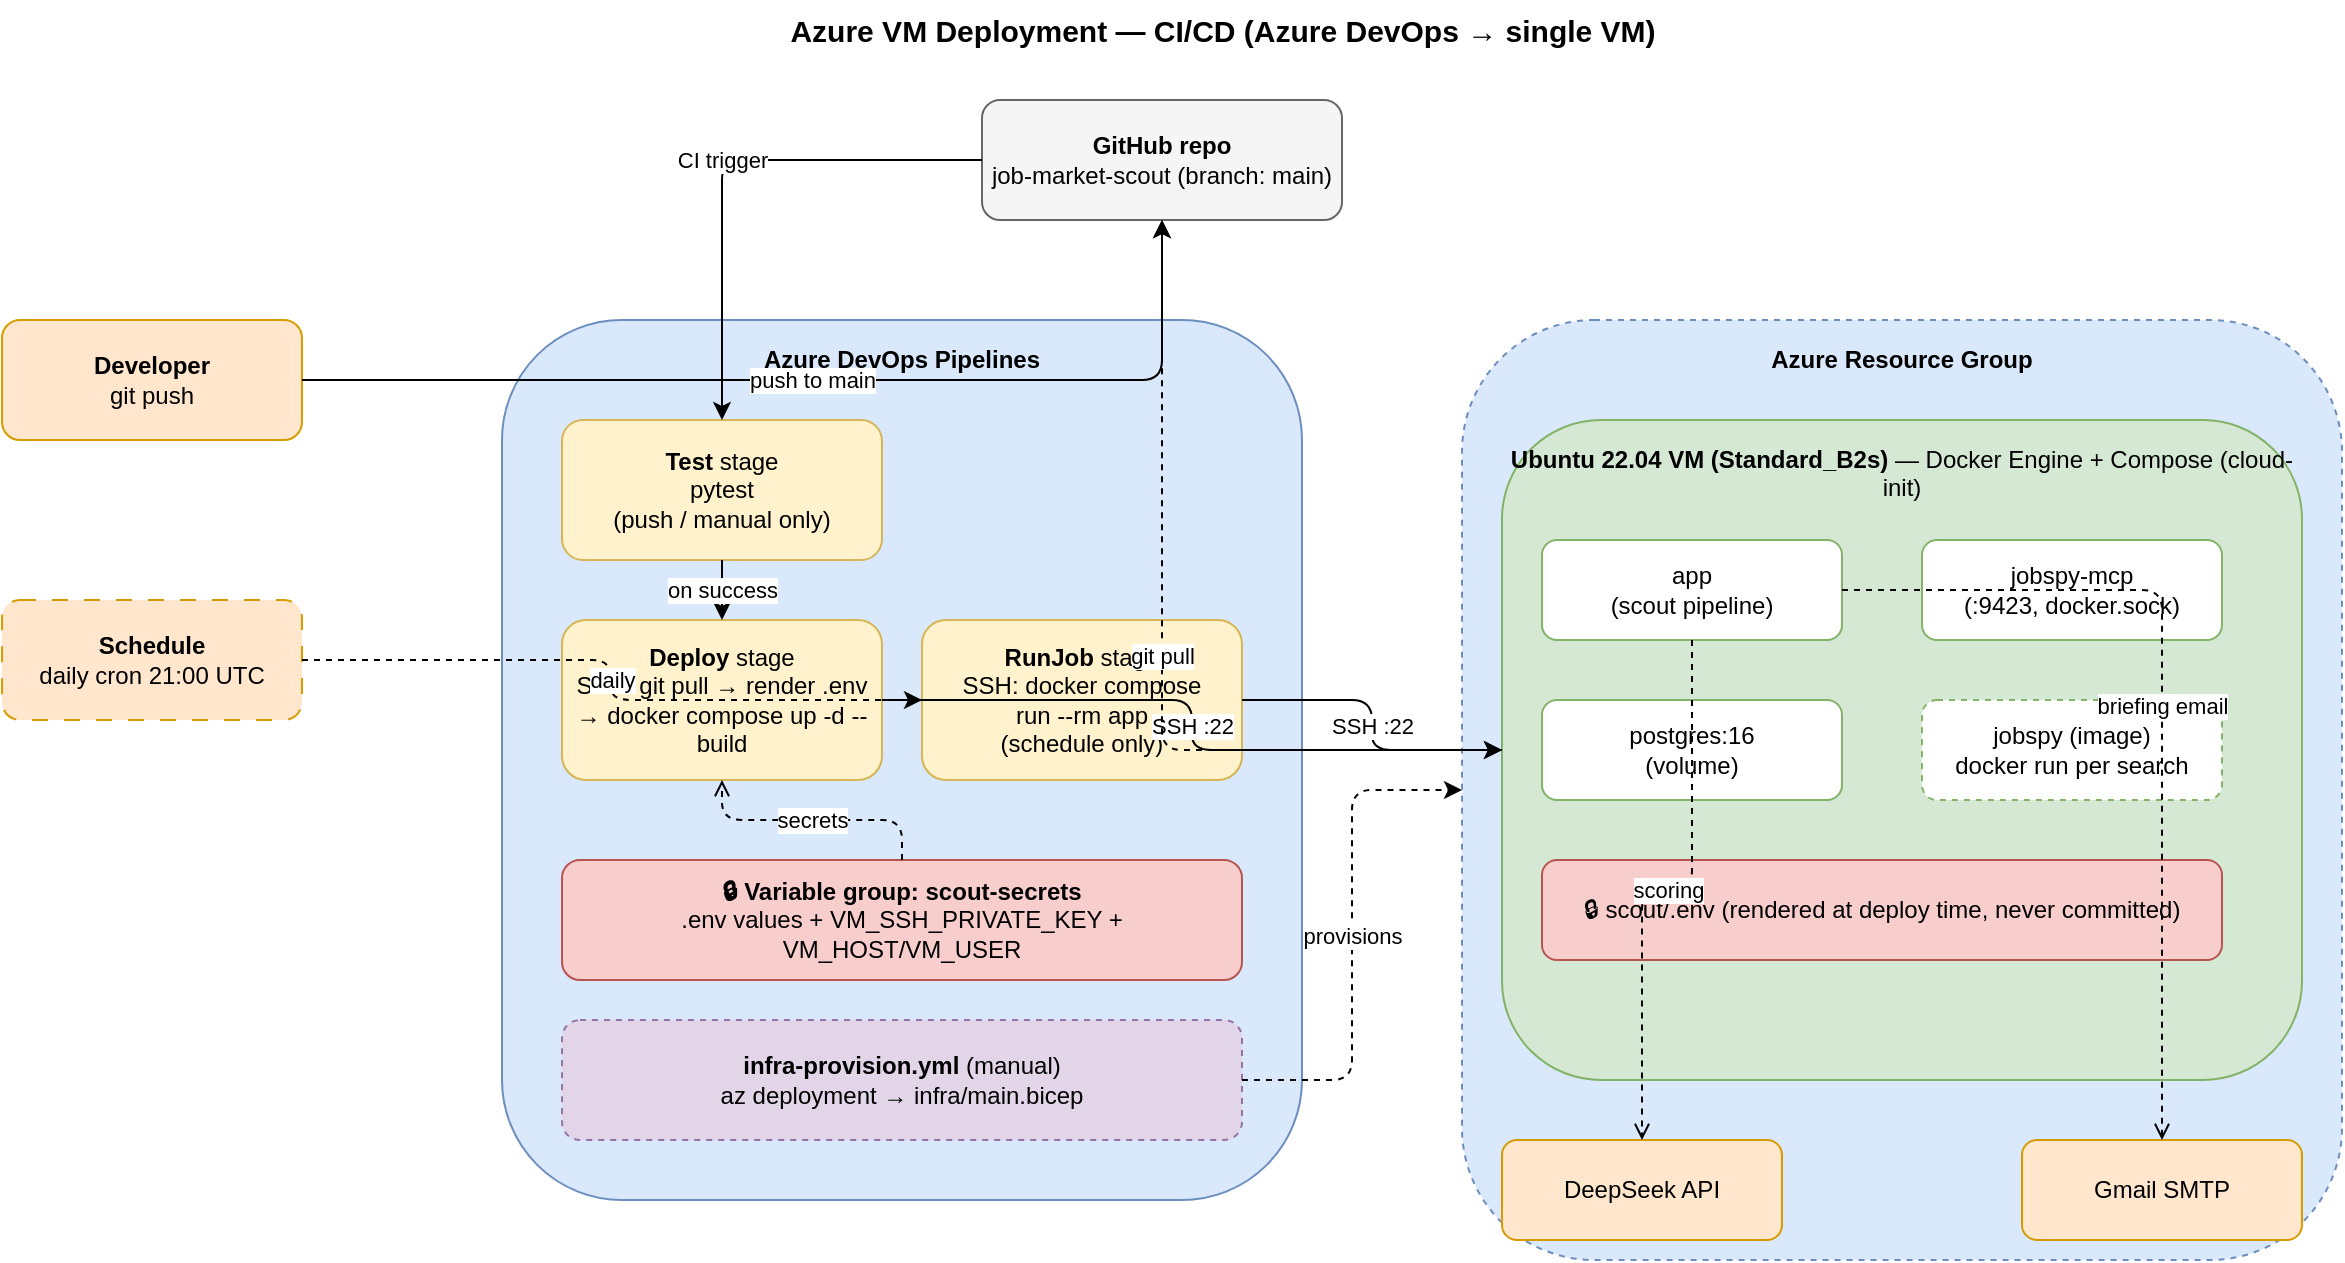
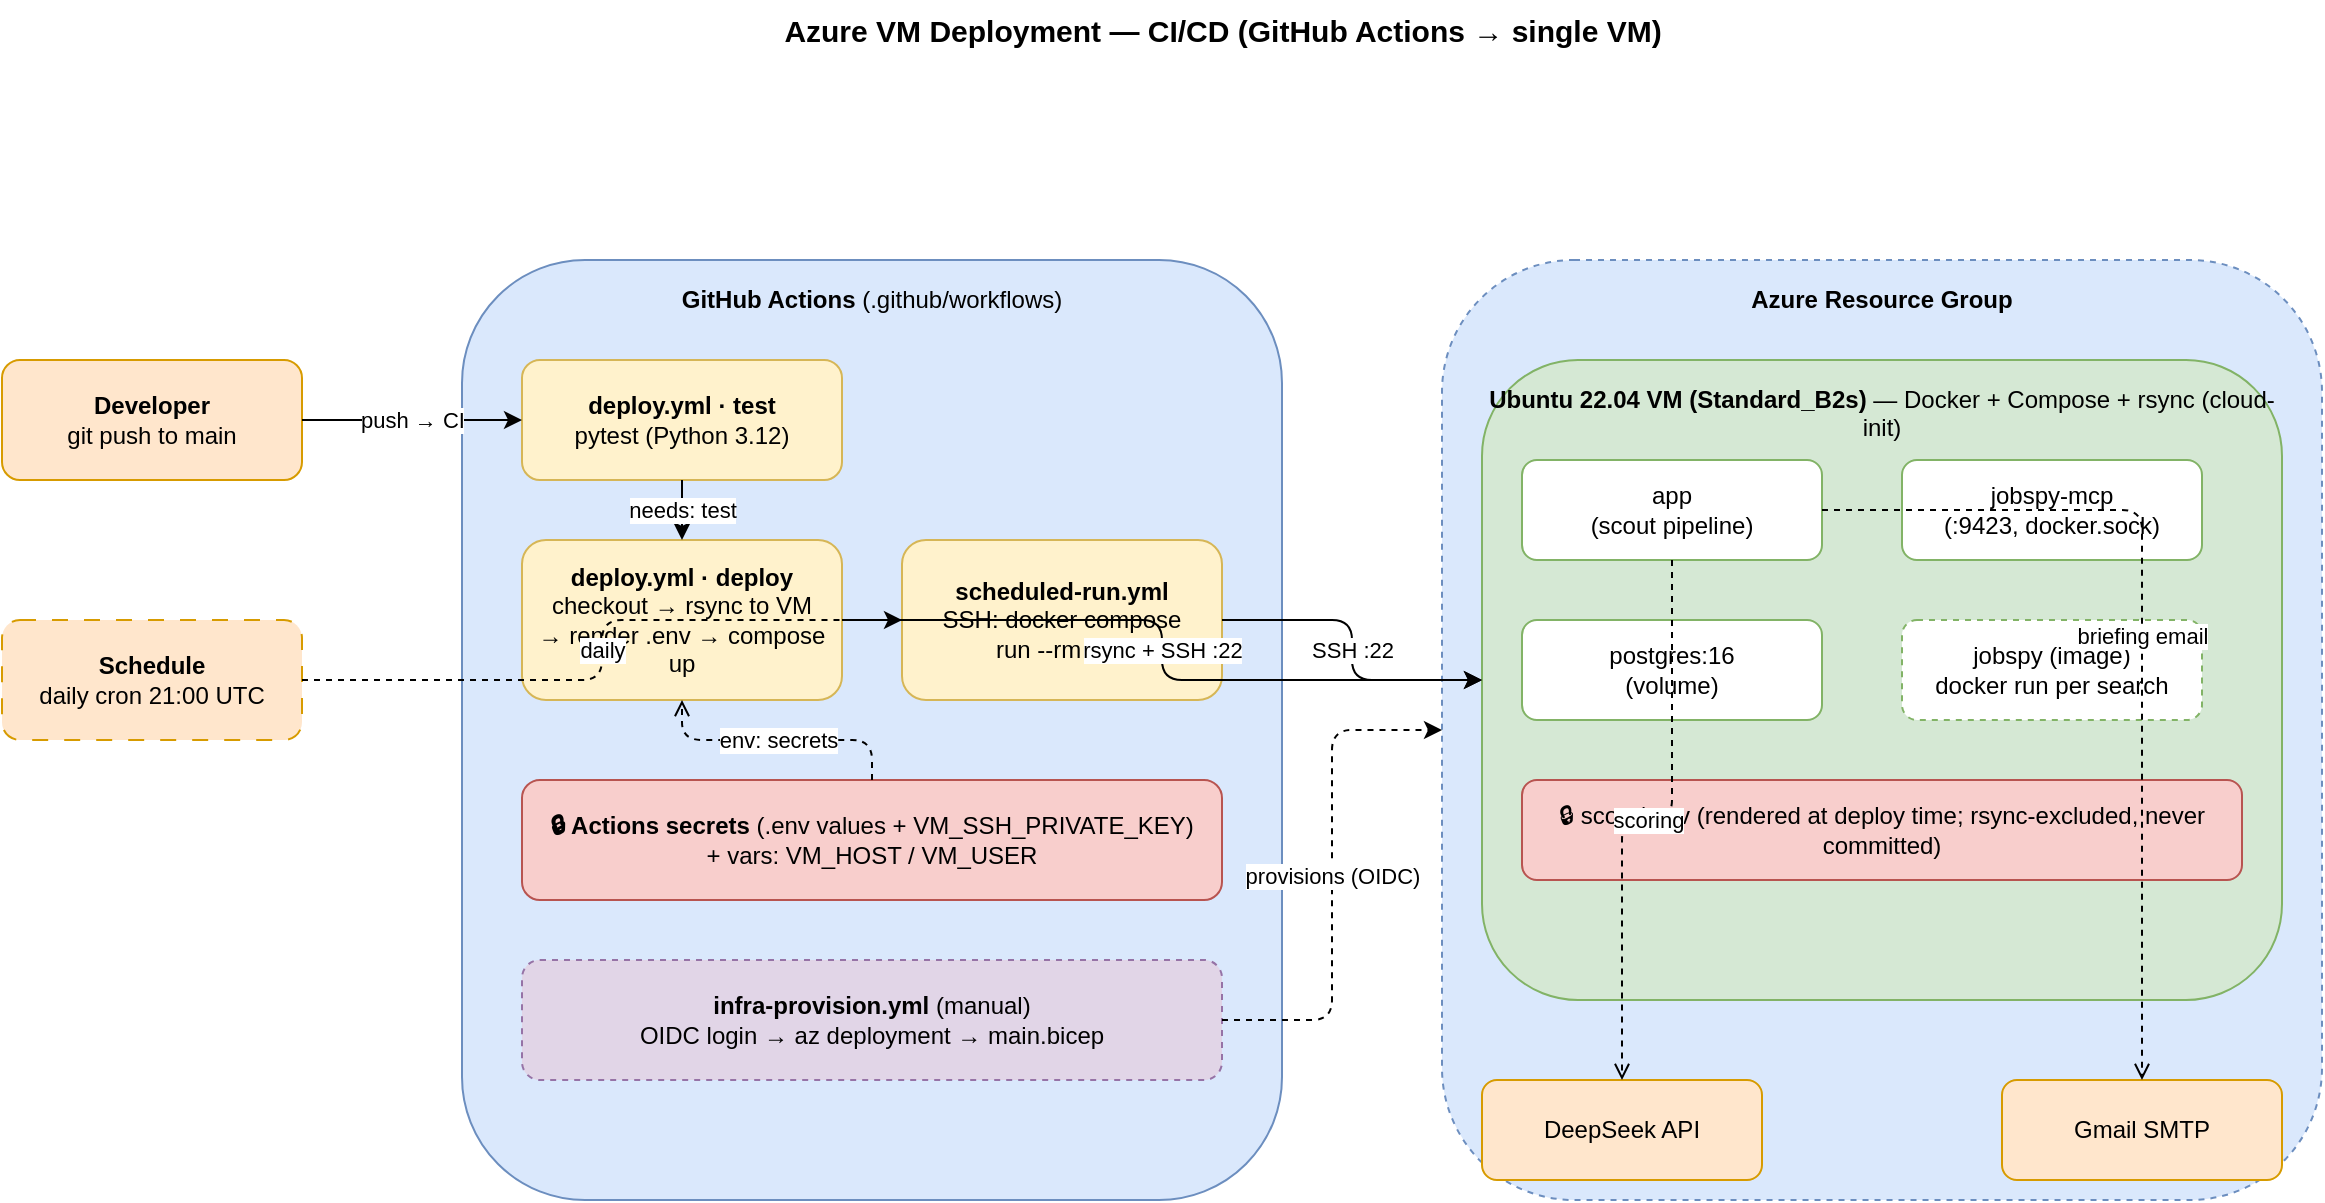
<mxfile host="app.diagrams.net" agent="job-market-scout/ak-cook" pages="2">
-   <diagram id="deploy" name="1. Azure Deployment (CI/CD)">
+   <diagram id="deploy" name="1. Deployment (GitHub Actions)">
    <mxGraphModel dx="1400" dy="900" grid="1" gridSize="10" guides="1" tooltips="1" connect="1" arrows="1" fold="1" page="1" pageScale="1" pageWidth="1300" pageHeight="900" math="0" shadow="0">
      <root>
        <mxCell id="0" />
        <mxCell id="1" parent="0" />
-         <mxCell id="d_title" parent="1" vertex="1" style="text;html=1;align=center;verticalAlign=middle;fontSize=15;fontStyle=1;" value="Azure VM Deployment — CI/CD (Azure DevOps → single VM)">
+         <mxCell id="d_title" parent="1" vertex="1" style="text;html=1;align=center;verticalAlign=middle;fontSize=15;fontStyle=1;" value="Azure VM Deployment — CI/CD (GitHub Actions → single VM)">
          <mxGeometry height="30" width="620" x="340" y="20" as="geometry" />
        </mxCell>

-         <mxCell id="d_dev" parent="1" vertex="1" style="rounded=1;whiteSpace=wrap;html=1;fillColor=#ffe6cc;strokeColor=#d79b00;" value="&lt;b&gt;Developer&lt;/b&gt;&lt;br&gt;git push">
-           <mxGeometry height="60" width="150" x="40" y="180" as="geometry" />
+         <mxCell id="d_dev" parent="1" vertex="1" style="rounded=1;whiteSpace=wrap;html=1;fillColor=#ffe6cc;strokeColor=#d79b00;" value="&lt;b&gt;Developer&lt;/b&gt;&lt;br&gt;git push to main">
+           <mxGeometry height="60" width="150" x="40" y="200" as="geometry" />
        </mxCell>
        <mxCell id="d_cron" parent="1" vertex="1" style="rounded=1;whiteSpace=wrap;html=1;dashed=1;dashPattern=8 8;fillColor=#ffe6cc;strokeColor=#d79b00;" value="&lt;b&gt;Schedule&lt;/b&gt;&lt;br&gt;daily cron 21:00 UTC">
-           <mxGeometry height="60" width="150" x="40" y="320" as="geometry" />
-         </mxCell>
-         <mxCell id="d_github" parent="1" vertex="1" style="rounded=1;whiteSpace=wrap;html=1;fillColor=#f5f5f5;strokeColor=#666666;" value="&lt;b&gt;GitHub repo&lt;/b&gt;&lt;br&gt;job-market-scout (branch: main)">
-           <mxGeometry height="60" width="180" x="530" y="70" as="geometry" />
+           <mxGeometry height="60" width="150" x="40" y="330" as="geometry" />
        </mxCell>

-         <mxCell id="d_ado" parent="1" vertex="1" style="rounded=1;whiteSpace=wrap;html=1;fillColor=#dae8fc;strokeColor=#6c8ebf;verticalAlign=top;spacingTop=6;" value="&lt;b&gt;Azure DevOps Pipelines&lt;/b&gt;">
-           <mxGeometry height="440" width="400" x="290" y="180" as="geometry" />
+         <mxCell id="d_gha" parent="1" vertex="1" style="rounded=1;whiteSpace=wrap;html=1;fillColor=#dae8fc;strokeColor=#6c8ebf;verticalAlign=top;spacingTop=6;" value="&lt;b&gt;GitHub Actions&lt;/b&gt; (.github/workflows)">
+           <mxGeometry height="470" width="410" x="270" y="150" as="geometry" />
        </mxCell>
-         <mxCell id="d_test" parent="1" vertex="1" style="rounded=1;whiteSpace=wrap;html=1;fillColor=#fff2cc;strokeColor=#d6b656;" value="&lt;b&gt;Test&lt;/b&gt; stage&lt;br&gt;pytest&lt;br&gt;(push / manual only)">
-           <mxGeometry height="70" width="160" x="320" y="230" as="geometry" />
+         <mxCell id="d_test" parent="1" vertex="1" style="rounded=1;whiteSpace=wrap;html=1;fillColor=#fff2cc;strokeColor=#d6b656;" value="&lt;b&gt;deploy.yml · test&lt;/b&gt;&lt;br&gt;pytest (Python 3.12)">
+           <mxGeometry height="60" width="160" x="300" y="200" as="geometry" />
        </mxCell>
-         <mxCell id="d_deploy" parent="1" vertex="1" style="rounded=1;whiteSpace=wrap;html=1;fillColor=#fff2cc;strokeColor=#d6b656;" value="&lt;b&gt;Deploy&lt;/b&gt; stage&lt;br&gt;SSH: git pull → render .env&lt;br&gt;→ docker compose up -d --build">
-           <mxGeometry height="80" width="160" x="320" y="330" as="geometry" />
+         <mxCell id="d_deploy" parent="1" vertex="1" style="rounded=1;whiteSpace=wrap;html=1;fillColor=#fff2cc;strokeColor=#d6b656;" value="&lt;b&gt;deploy.yml · deploy&lt;/b&gt;&lt;br&gt;checkout → rsync to VM&lt;br&gt;→ render .env → compose up">
+           <mxGeometry height="80" width="160" x="300" y="290" as="geometry" />
        </mxCell>
-         <mxCell id="d_runjob" parent="1" vertex="1" style="rounded=1;whiteSpace=wrap;html=1;fillColor=#fff2cc;strokeColor=#d6b656;" value="&lt;b&gt;RunJob&lt;/b&gt; stage&lt;br&gt;SSH: docker compose&lt;br&gt;run --rm app&lt;br&gt;(schedule only)">
-           <mxGeometry height="80" width="160" x="500" y="330" as="geometry" />
+         <mxCell id="d_runjob" parent="1" vertex="1" style="rounded=1;whiteSpace=wrap;html=1;fillColor=#fff2cc;strokeColor=#d6b656;" value="&lt;b&gt;scheduled-run.yml&lt;/b&gt;&lt;br&gt;SSH: docker compose&lt;br&gt;run --rm app">
+           <mxGeometry height="80" width="160" x="490" y="290" as="geometry" />
        </mxCell>
-         <mxCell id="d_vargroup" parent="1" vertex="1" style="rounded=1;whiteSpace=wrap;html=1;fillColor=#f8cecc;strokeColor=#b85450;" value="&lt;b&gt;🔒 Variable group: scout-secrets&lt;/b&gt;&lt;br&gt;.env values + VM_SSH_PRIVATE_KEY + VM_HOST/VM_USER">
-           <mxGeometry height="60" width="340" x="320" y="450" as="geometry" />
+         <mxCell id="d_secrets" parent="1" vertex="1" style="rounded=1;whiteSpace=wrap;html=1;fillColor=#f8cecc;strokeColor=#b85450;" value="&lt;b&gt;🔒 Actions secrets&lt;/b&gt; (.env values + VM_SSH_PRIVATE_KEY)&lt;br&gt;+ vars: VM_HOST / VM_USER">
+           <mxGeometry height="60" width="350" x="300" y="410" as="geometry" />
        </mxCell>
-         <mxCell id="d_infra" parent="1" vertex="1" style="rounded=1;whiteSpace=wrap;html=1;dashed=1;fillColor=#e1d5e7;strokeColor=#9673a6;" value="&lt;b&gt;infra-provision.yml&lt;/b&gt; (manual)&lt;br&gt;az deployment → infra/main.bicep">
-           <mxGeometry height="60" width="340" x="320" y="530" as="geometry" />
+         <mxCell id="d_infra" parent="1" vertex="1" style="rounded=1;whiteSpace=wrap;html=1;dashed=1;fillColor=#e1d5e7;strokeColor=#9673a6;" value="&lt;b&gt;infra-provision.yml&lt;/b&gt; (manual)&lt;br&gt;OIDC login → az deployment → main.bicep">
+           <mxGeometry height="60" width="350" x="300" y="500" as="geometry" />
        </mxCell>

        <mxCell id="d_rg" parent="1" vertex="1" style="rounded=1;whiteSpace=wrap;html=1;fillColor=#dae8fc;strokeColor=#6c8ebf;verticalAlign=top;spacingTop=6;dashed=1;" value="&lt;b&gt;Azure Resource Group&lt;/b&gt;">
-           <mxGeometry height="470" width="440" x="770" y="180" as="geometry" />
+           <mxGeometry height="470" width="440" x="760" y="150" as="geometry" />
        </mxCell>
-         <mxCell id="d_vm" parent="1" vertex="1" style="rounded=1;whiteSpace=wrap;html=1;fillColor=#d5e8d4;strokeColor=#82b366;verticalAlign=top;spacingTop=6;" value="&lt;b&gt;Ubuntu 22.04 VM (Standard_B2s)&lt;/b&gt; — Docker Engine + Compose (cloud-init)">
-           <mxGeometry height="330" width="400" x="790" y="230" as="geometry" />
+         <mxCell id="d_vm" parent="1" vertex="1" style="rounded=1;whiteSpace=wrap;html=1;fillColor=#d5e8d4;strokeColor=#82b366;verticalAlign=top;spacingTop=6;" value="&lt;b&gt;Ubuntu 22.04 VM (Standard_B2s)&lt;/b&gt; — Docker + Compose + rsync (cloud-init)">
+           <mxGeometry height="320" width="400" x="780" y="200" as="geometry" />
        </mxCell>
        <mxCell id="d_app" parent="1" vertex="1" style="rounded=1;whiteSpace=wrap;html=1;fillColor=#ffffff;strokeColor=#82b366;" value="app&lt;br&gt;(scout pipeline)">
-           <mxGeometry height="50" width="150" x="810" y="290" as="geometry" />
+           <mxGeometry height="50" width="150" x="800" y="250" as="geometry" />
        </mxCell>
        <mxCell id="d_mcp" parent="1" vertex="1" style="rounded=1;whiteSpace=wrap;html=1;fillColor=#ffffff;strokeColor=#82b366;" value="jobspy-mcp&lt;br&gt;(:9423, docker.sock)">
-           <mxGeometry height="50" width="150" x="1000" y="290" as="geometry" />
+           <mxGeometry height="50" width="150" x="990" y="250" as="geometry" />
        </mxCell>
        <mxCell id="d_pg" parent="1" vertex="1" style="rounded=1;whiteSpace=wrap;html=1;fillColor=#ffffff;strokeColor=#82b366;" value="postgres:16&lt;br&gt;(volume)">
-           <mxGeometry height="50" width="150" x="810" y="370" as="geometry" />
+           <mxGeometry height="50" width="150" x="800" y="330" as="geometry" />
        </mxCell>
        <mxCell id="d_scraper" parent="1" vertex="1" style="rounded=1;whiteSpace=wrap;html=1;dashed=1;fillColor=#ffffff;strokeColor=#82b366;" value="jobspy (image)&lt;br&gt;docker run per search">
-           <mxGeometry height="50" width="150" x="1000" y="370" as="geometry" />
+           <mxGeometry height="50" width="150" x="990" y="330" as="geometry" />
        </mxCell>
-         <mxCell id="d_env" parent="1" vertex="1" style="rounded=1;whiteSpace=wrap;html=1;fillColor=#f8cecc;strokeColor=#b85450;" value="🔒 scout/.env (rendered at deploy time, never committed)">
-           <mxGeometry height="50" width="340" x="810" y="450" as="geometry" />
+         <mxCell id="d_env" parent="1" vertex="1" style="rounded=1;whiteSpace=wrap;html=1;fillColor=#f8cecc;strokeColor=#b85450;" value="🔒 scout/.env (rendered at deploy time; rsync-excluded, never committed)">
+           <mxGeometry height="50" width="360" x="800" y="410" as="geometry" />
        </mxCell>
        <mxCell id="d_deepseek" parent="1" vertex="1" style="rounded=1;whiteSpace=wrap;html=1;fillColor=#ffe6cc;strokeColor=#d79b00;" value="DeepSeek API">
-           <mxGeometry height="50" width="140" x="790" y="590" as="geometry" />
+           <mxGeometry height="50" width="140" x="780" y="560" as="geometry" />
        </mxCell>
        <mxCell id="d_gmail" parent="1" vertex="1" style="rounded=1;whiteSpace=wrap;html=1;fillColor=#ffe6cc;strokeColor=#d79b00;" value="Gmail SMTP">
-           <mxGeometry height="50" width="140" x="1050" y="590" as="geometry" />
+           <mxGeometry height="50" width="140" x="1040" y="560" as="geometry" />
        </mxCell>

-         <mxCell id="e1" parent="1" edge="1" source="d_dev" target="d_github" style="edgeStyle=orthogonalEdgeStyle;html=1;rounded=1;" value="push to main">
-           <mxGeometry relative="1" as="geometry" />
-         </mxCell>
-         <mxCell id="e2" parent="1" edge="1" source="d_github" target="d_test" style="edgeStyle=orthogonalEdgeStyle;html=1;rounded=1;" value="CI trigger">
+         <mxCell id="e2" parent="1" edge="1" source="d_dev" target="d_test" style="edgeStyle=orthogonalEdgeStyle;html=1;rounded=1;" value="push → CI">
          <mxGeometry relative="1" as="geometry" />
        </mxCell>
        <mxCell id="e3" parent="1" edge="1" source="d_cron" target="d_runjob" style="edgeStyle=orthogonalEdgeStyle;html=1;rounded=1;dashed=1;" value="daily">
          <mxGeometry relative="1" as="geometry" />
        </mxCell>
-         <mxCell id="e4" parent="1" edge="1" source="d_test" target="d_deploy" style="edgeStyle=orthogonalEdgeStyle;html=1;rounded=1;" value="on success">
+         <mxCell id="e4" parent="1" edge="1" source="d_test" target="d_deploy" style="edgeStyle=orthogonalEdgeStyle;html=1;rounded=1;" value="needs: test">
          <mxGeometry relative="1" as="geometry" />
        </mxCell>
-         <mxCell id="e5" parent="1" edge="1" source="d_vargroup" target="d_deploy" style="edgeStyle=orthogonalEdgeStyle;html=1;rounded=1;dashed=1;endArrow=open;" value="secrets">
+         <mxCell id="e5" parent="1" edge="1" source="d_secrets" target="d_deploy" style="edgeStyle=orthogonalEdgeStyle;html=1;rounded=1;dashed=1;endArrow=open;" value="env: secrets">
          <mxGeometry relative="1" as="geometry" />
        </mxCell>
-         <mxCell id="e6" parent="1" edge="1" source="d_deploy" target="d_vm" style="edgeStyle=orthogonalEdgeStyle;html=1;rounded=1;" value="SSH :22">
+         <mxCell id="e6" parent="1" edge="1" source="d_deploy" target="d_vm" style="edgeStyle=orthogonalEdgeStyle;html=1;rounded=1;" value="rsync + SSH :22">
          <mxGeometry relative="1" as="geometry" />
        </mxCell>
        <mxCell id="e7" parent="1" edge="1" source="d_runjob" target="d_vm" style="edgeStyle=orthogonalEdgeStyle;html=1;rounded=1;" value="SSH :22">
          <mxGeometry relative="1" as="geometry" />
        </mxCell>
-         <mxCell id="e8" parent="1" edge="1" source="d_vm" target="d_github" style="edgeStyle=orthogonalEdgeStyle;html=1;rounded=1;dashed=1;" value="git pull">
-           <mxGeometry relative="1" as="geometry" />
-         </mxCell>
-         <mxCell id="e9" parent="1" edge="1" source="d_infra" target="d_rg" style="edgeStyle=orthogonalEdgeStyle;html=1;rounded=1;dashed=1;" value="provisions">
+         <mxCell id="e9" parent="1" edge="1" source="d_infra" target="d_rg" style="edgeStyle=orthogonalEdgeStyle;html=1;rounded=1;dashed=1;" value="provisions (OIDC)">
          <mxGeometry relative="1" as="geometry" />
        </mxCell>
        <mxCell id="e10" parent="1" edge="1" source="d_app" target="d_deepseek" style="edgeStyle=orthogonalEdgeStyle;html=1;rounded=1;dashed=1;endArrow=open;" value="scoring">
          <mxGeometry relative="1" as="geometry" />
        </mxCell>
        <mxCell id="e11" parent="1" edge="1" source="d_app" target="d_gmail" style="edgeStyle=orthogonalEdgeStyle;html=1;rounded=1;dashed=1;endArrow=open;" value="briefing email">
          <mxGeometry relative="1" as="geometry" />
        </mxCell>
      </root>
    </mxGraphModel>
  </diagram>

  <diagram id="network" name="2. Network Topology">
    <mxGraphModel dx="1400" dy="900" grid="1" gridSize="10" guides="1" tooltips="1" connect="1" arrows="1" fold="1" page="1" pageScale="1" pageWidth="1300" pageHeight="900" math="0" shadow="0">
      <root>
        <mxCell id="0" />
        <mxCell id="1" parent="0" />
        <mxCell id="n_title" parent="1" vertex="1" style="text;html=1;align=center;verticalAlign=middle;fontSize=15;fontStyle=1;" value="Azure Network Topology — VNet / Subnet / NSG / VM (defined in infra/main.bicep)">
          <mxGeometry height="30" width="760" x="270" y="20" as="geometry" />
        </mxCell>

-         <mxCell id="n_internet" parent="1" vertex="1" style="ellipse;whiteSpace=wrap;html=1;fillColor=#f5f5f5;strokeColor=#666666;" value="&lt;b&gt;Internet&lt;/b&gt;">
+         <mxCell id="n_internet" parent="1" vertex="1" style="ellipse;whiteSpace=wrap;html=1;fillColor=#f5f5f5;strokeColor=#666666;" value="&lt;b&gt;Internet&lt;/b&gt;&lt;br&gt;(GitHub runner)">
          <mxGeometry height="80" width="160" x="60" y="230" as="geometry" />
        </mxCell>

        <mxCell id="n_rg" parent="1" vertex="1" style="rounded=1;whiteSpace=wrap;html=1;fillColor=#dae8fc;strokeColor=#6c8ebf;verticalAlign=top;spacingTop=6;dashed=1;" value="&lt;b&gt;Resource Group&lt;/b&gt; (region: australiaeast)">
          <mxGeometry height="560" width="900" x="300" y="120" as="geometry" />
        </mxCell>
        <mxCell id="n_pip" parent="1" vertex="1" style="rounded=1;whiteSpace=wrap;html=1;fillColor=#d5e8d4;strokeColor=#82b366;" value="&lt;b&gt;Public IP&lt;/b&gt;&lt;br&gt;Standard SKU, Static">
          <mxGeometry height="60" width="170" x="340" y="250" as="geometry" />
        </mxCell>
        <mxCell id="n_nsg" parent="1" vertex="1" style="rounded=1;whiteSpace=wrap;html=1;fillColor=#f8cecc;strokeColor=#b85450;" value="&lt;b&gt;NSG&lt;/b&gt; (scout-vm-nsg)&lt;br&gt;allow-ssh: TCP 22&lt;br&gt;from sshSourceAddressPrefix (default *)">
          <mxGeometry height="80" width="200" x="340" y="360" as="geometry" />
        </mxCell>

        <mxCell id="n_vnet" parent="1" vertex="1" style="rounded=1;whiteSpace=wrap;html=1;fillColor=#e1f0ff;strokeColor=#6c8ebf;verticalAlign=top;spacingTop=6;dashed=1;" value="&lt;b&gt;VNet scout-vm-vnet&lt;/b&gt; — 10.0.0.0/16">
          <mxGeometry height="470" width="560" x="600" y="180" as="geometry" />
        </mxCell>
        <mxCell id="n_subnet" parent="1" vertex="1" style="rounded=1;whiteSpace=wrap;html=1;fillColor=#f0f7ff;strokeColor=#6c8ebf;verticalAlign=top;spacingTop=6;dashed=1;" value="&lt;b&gt;Subnet default&lt;/b&gt; — 10.0.0.0/24">
          <mxGeometry height="410" width="520" x="620" y="220" as="geometry" />
        </mxCell>
        <mxCell id="n_nic" parent="1" vertex="1" style="rounded=1;whiteSpace=wrap;html=1;fillColor=#d5e8d4;strokeColor=#82b366;" value="&lt;b&gt;NIC&lt;/b&gt; scout-vm-nic&lt;br&gt;(NSG attached, dynamic private IP)">
          <mxGeometry height="70" width="220" x="660" y="270" as="geometry" />
        </mxCell>
        <mxCell id="n_vm" parent="1" vertex="1" style="rounded=1;whiteSpace=wrap;html=1;fillColor=#d5e8d4;strokeColor=#82b366;verticalAlign=top;spacingTop=6;" value="&lt;b&gt;VM scout-vm&lt;/b&gt; — Ubuntu 22.04, Standard_B2s">
          <mxGeometry height="240" width="480" x="640" y="370" as="geometry" />
        </mxCell>
        <mxCell id="n_docker" parent="1" vertex="1" style="rounded=1;whiteSpace=wrap;html=1;fillColor=#ffffff;strokeColor=#82b366;verticalAlign=top;spacingTop=6;dashed=1;" value="&lt;b&gt;Docker Compose bridge network&lt;/b&gt;">
          <mxGeometry height="150" width="440" x="660" y="440" as="geometry" />
        </mxCell>
        <mxCell id="n_c_app" parent="1" vertex="1" style="rounded=1;whiteSpace=wrap;html=1;fillColor=#f5f5f5;strokeColor=#82b366;" value="app :8000">
          <mxGeometry height="40" width="120" x="680" y="490" as="geometry" />
        </mxCell>
        <mxCell id="n_c_mcp" parent="1" vertex="1" style="rounded=1;whiteSpace=wrap;html=1;fillColor=#f5f5f5;strokeColor=#82b366;" value="jobspy-mcp :9423">
          <mxGeometry height="40" width="140" x="820" y="490" as="geometry" />
        </mxCell>
        <mxCell id="n_c_pg" parent="1" vertex="1" style="rounded=1;whiteSpace=wrap;html=1;fillColor=#f5f5f5;strokeColor=#82b366;" value="postgres :5432">
          <mxGeometry height="40" width="140" x="960" y="490" as="geometry" />
        </mxCell>

-         <mxCell id="ne1" parent="1" edge="1" source="n_internet" target="n_pip" style="edgeStyle=orthogonalEdgeStyle;html=1;rounded=1;" value="SSH :22 (deploy)">
+         <mxCell id="ne1" parent="1" edge="1" source="n_internet" target="n_pip" style="edgeStyle=orthogonalEdgeStyle;html=1;rounded=1;" value="SSH :22 (deploy / run)">
          <mxGeometry relative="1" as="geometry" />
        </mxCell>
        <mxCell id="ne2" parent="1" edge="1" source="n_pip" target="n_nsg" style="edgeStyle=orthogonalEdgeStyle;html=1;rounded=1;" value="">
          <mxGeometry relative="1" as="geometry" />
        </mxCell>
        <mxCell id="ne3" parent="1" edge="1" source="n_nsg" target="n_nic" style="edgeStyle=orthogonalEdgeStyle;html=1;rounded=1;" value="filtered">
          <mxGeometry relative="1" as="geometry" />
        </mxCell>
        <mxCell id="ne4" parent="1" edge="1" source="n_nic" target="n_vm" style="edgeStyle=orthogonalEdgeStyle;html=1;rounded=1;" value="">
          <mxGeometry relative="1" as="geometry" />
        </mxCell>
      </root>
    </mxGraphModel>
  </diagram>
</mxfile>
